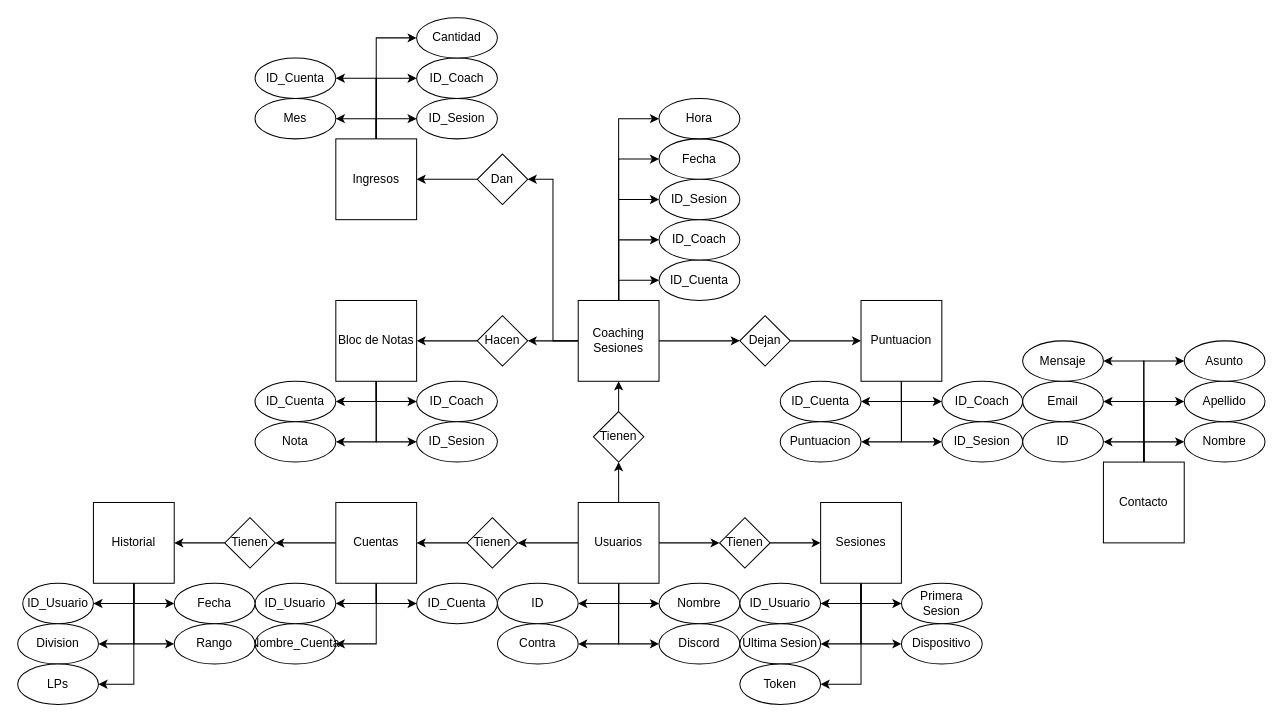
meeeww/bellumserver keeps this draw.io diagram as BBDDBellum.drawio. Above is the earlier version. Source tidied: cells renumbered, new cells numbered last; positions are measured from the earlier drawing's top-left corner, leaving out a move shared by most shapes. Both pictures are drawn from the tidied source at 101%, with x=0, y=0 at pixel (17, 17).
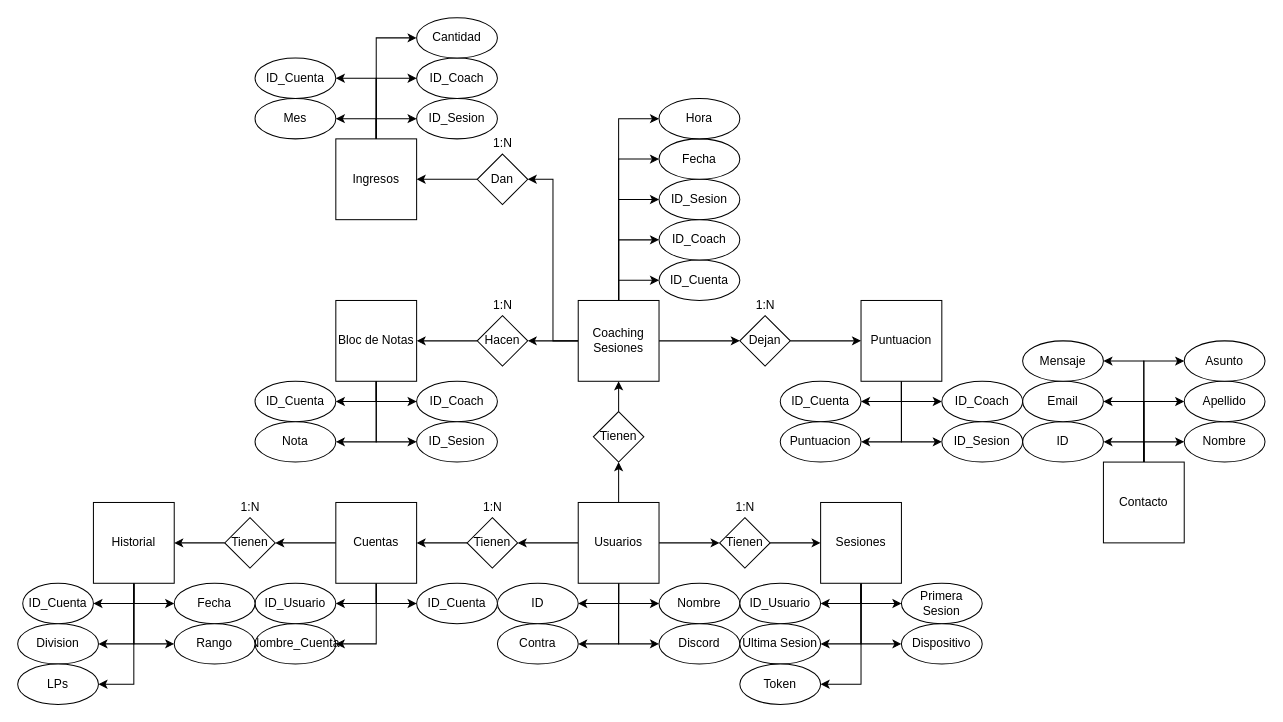
After the change.

Commit message:
Añadidas relaciones 1:N

What changed in the source:
```diff
@@
-    <mxCell id="82" value="ID_Usuario" style="ellipse;whiteSpace=wrap;html=1;" parent="1" vertex="1">
+    <mxCell id="82" value="ID_Cuenta" style="ellipse;whiteSpace=wrap;html=1;" parent="1" vertex="1">
       <mxGeometry x="5" y="560" width="70" height="40" as="geometry" />
     </mxCell>
@@
+    <mxCell id="114" value="1:N" style="text;html=1;align=center;verticalAlign=middle;strokeColor=none;fillColor=none;" parent="1" vertex="1">
+      <mxGeometry x="455" y="475" width="30" height="20" as="geometry" />
+    </mxCell>
+    <mxCell id="115" value="1:N" style="text;html=1;align=center;verticalAlign=middle;strokeColor=none;fillColor=none;" parent="1" vertex="1">
+      <mxGeometry x="215" y="475" width="30" height="20" as="geometry" />
+    </mxCell>
+    <mxCell id="116" value="1:N" style="text;html=1;align=center;verticalAlign=middle;strokeColor=none;fillColor=none;" parent="1" vertex="1">
+      <mxGeometry x="705" y="475" width="30" height="20" as="geometry" />
+    </mxCell>
+    <mxCell id="117" value="1:N" style="text;html=1;align=center;verticalAlign=middle;strokeColor=none;fillColor=none;" parent="1" vertex="1">
+      <mxGeometry x="725" y="275" width="30" height="20" as="geometry" />
+    </mxCell>
+    <mxCell id="118" value="1:N" style="text;html=1;align=center;verticalAlign=middle;strokeColor=none;fillColor=none;" parent="1" vertex="1">
+      <mxGeometry x="465" y="275" width="30" height="20" as="geometry" />
+    </mxCell>
+    <mxCell id="119" value="1:N" style="text;html=1;align=center;verticalAlign=middle;strokeColor=none;fillColor=none;" parent="1" vertex="1">
+      <mxGeometry x="465" y="115" width="30" height="20" as="geometry" />
+    </mxCell>
```
